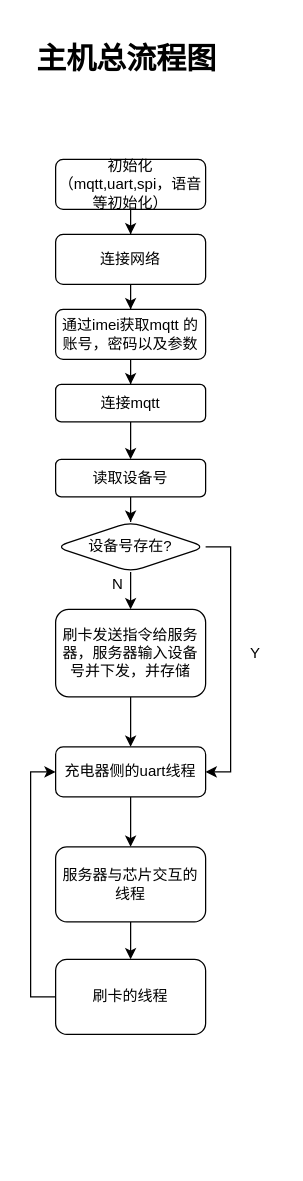
The draw.io diagram page "第1页" (1 of 5) of Untitled Diagram.drawio in SearchFan/Chip_Flowchart, before the edit. Source tidied: cells renumbered, new cells numbered last; positions are measured from the earlier drawing's top-left corner, leaving out a move shared by most shapes. Both pictures are drawn from the tidied source at 125%, with x=0, y=0 at pixel (30, 34).
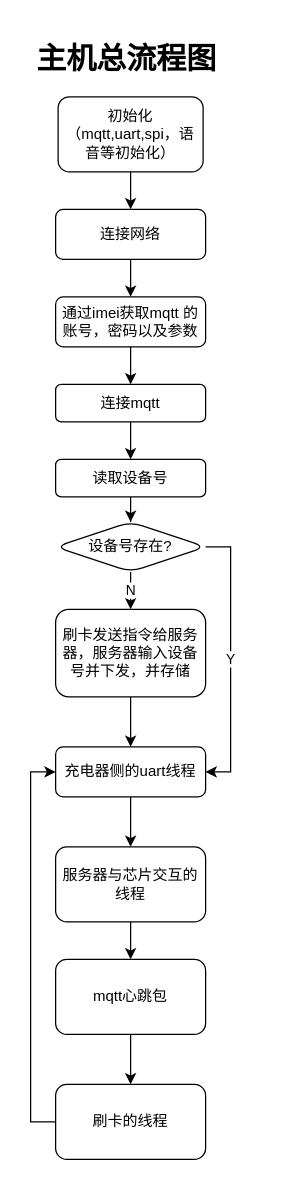
The same page after the edit.

The change refers to these unchanged cells:
```xml
<mxCell id="12" value="设备号存在?" style="rhombus;whiteSpace=wrap;html=1;rounded=1;" parent="1" vertex="1">
  <mxGeometry x="20" y="390" width="120" height="40" as="geometry" />
</mxCell>
<mxCell id="14" value="刷卡发送指令给服务器，服务器输入设备号并下发，并存储" style="whiteSpace=wrap;html=1;rounded=1;" parent="1" vertex="1">
  <mxGeometry x="20" y="460" width="120" height="70" as="geometry" />
</mxCell>
<mxCell id="16" value="充电器侧的uart线程" style="whiteSpace=wrap;html=1;rounded=1;" parent="1" vertex="1">
  <mxGeometry x="20" y="570" width="120" height="40" as="geometry" />
</mxCell>
<mxCell id="21" value="服务器与芯片交互的线程" style="whiteSpace=wrap;html=1;rounded=1;" parent="1" vertex="1">
  <mxGeometry x="20" y="650" width="120" height="60" as="geometry" />
</mxCell>
```

What changed in the source:
```diff
@@
     <mxCell id="3" value="初始化（mqtt,uart,spi，语音等初始化）" style="rounded=1;whiteSpace=wrap;html=1;fontSize=12;glass=0;strokeWidth=1;shadow=0;" parent="1" vertex="1">
-      <mxGeometry x="20" y="100" width="120" height="40" as="geometry" />
+      <mxGeometry x="22" y="50" width="116" height="60" as="geometry" />
     </mxCell>
@@
     <mxCell id="5" value="连接网络" style="whiteSpace=wrap;html=1;rounded=1;shadow=0;strokeWidth=1;glass=0;" parent="1" vertex="1">
-      <mxGeometry x="20" y="160" width="120" height="40" as="geometry" />
+      <mxGeometry x="20" y="140" width="120" height="40" as="geometry" />
     </mxCell>
@@
     <mxCell id="7" value="通过imei获取mqtt 的账号，密码以及参数" style="whiteSpace=wrap;html=1;rounded=1;shadow=0;strokeWidth=1;glass=0;" parent="1" vertex="1">
-      <mxGeometry x="20" y="220" width="120" height="40" as="geometry" />
+      <mxGeometry x="20" y="210" width="120" height="40" as="geometry" />
     </mxCell>
@@
-    <mxCell id="10" style="edgeStyle=orthogonalEdgeStyle;rounded=0;jettySize=auto;html=1;" parent="1" edge="1" source="12" target="14">
+    <mxCell id="10" value="N" style="edgeStyle=orthogonalEdgeStyle;rounded=0;jettySize=auto;html=1;" parent="1" edge="1" source="12" target="14">
       <mxGeometry relative="1" as="geometry" />
     </mxCell>
-    <mxCell id="11" style="edgeStyle=orthogonalEdgeStyle;rounded=0;jettySize=auto;html=1;exitX=1;exitY=0.5;exitDx=0;exitDy=0;entryX=1;entryY=0.5;entryDx=0;entryDy=0;" parent="1" edge="1" source="12" target="16">
+    <mxCell id="11" value="Y" style="edgeStyle=orthogonalEdgeStyle;rounded=0;jettySize=auto;html=1;exitX=1;exitY=0.5;exitDx=0;exitDy=0;entryX=1;entryY=0.5;entryDx=0;entryDy=0;" parent="1" edge="1" source="12" target="16">
       <mxGeometry relative="1" as="geometry" />
     </mxCell>
@@
-    <mxCell id="19" value="N" style="text;html=1;strokeColor=none;fillColor=none;align=center;verticalAlign=middle;whiteSpace=wrap;rounded=0;" parent="1" vertex="1">
-      <mxGeometry x="50" y="430" width="40" height="20" as="geometry" />
-    </mxCell>
-    <mxCell id="20" style="edgeStyle=orthogonalEdgeStyle;rounded=0;jettySize=auto;html=1;" parent="1" edge="1" source="21" target="23">
-      <mxGeometry relative="1" as="geometry" />
-    </mxCell>
+    <mxCell id="26" style="edgeStyle=orthogonalEdgeStyle;rounded=0;jettySize=auto;html=1;exitX=0.5;exitY=1;exitDx=0;exitDy=0;entryX=0.5;entryY=0;entryDx=0;entryDy=0;" parent="1" edge="1" source="21" target="28">
+      <mxGeometry relative="1" as="geometry" />
+    </mxCell>
@@
     <mxCell id="23" value="刷卡的线程" style="whiteSpace=wrap;html=1;rounded=1;" parent="1" vertex="1">
-      <mxGeometry x="20" y="740" width="120" height="60" as="geometry" />
+      <mxGeometry x="20" y="840" width="120" height="60" as="geometry" />
     </mxCell>
-    <mxCell id="24" value="Y" style="text;html=1;strokeColor=none;fillColor=none;align=center;verticalAlign=middle;whiteSpace=wrap;rounded=0;" parent="1" vertex="1">
-      <mxGeometry x="160" y="485" width="40" height="20" as="geometry" />
-    </mxCell>
@@
+    <mxCell id="27" style="edgeStyle=orthogonalEdgeStyle;rounded=0;jettySize=auto;html=1;exitX=0.5;exitY=1;exitDx=0;exitDy=0;entryX=0.5;entryY=0;entryDx=0;entryDy=0;" parent="1" edge="1" source="28" target="23">
+      <mxGeometry relative="1" as="geometry" />
+    </mxCell>
+    <mxCell id="28" value="mqtt心跳包" style="rounded=1;whiteSpace=wrap;html=1;" parent="1" vertex="1">
+      <mxGeometry x="20" y="740" width="120" height="60" as="geometry" />
+    </mxCell>
```
